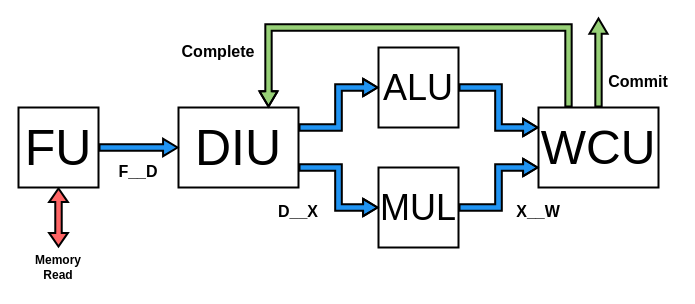
This is page "v1" (2 of 2) of docs/impls/img/versions.drawio from Emily-Y-Lan/blimp_c2s2, a draw.io file, before an edit. Source tidied: cells renumbered, new cells numbered last; positions are measured from the earlier drawing's top-left corner, leaving out a move shared by most shapes. Both pictures are drawn from the tidied source at 100%, with x=0, y=0 at pixel (18, 17).
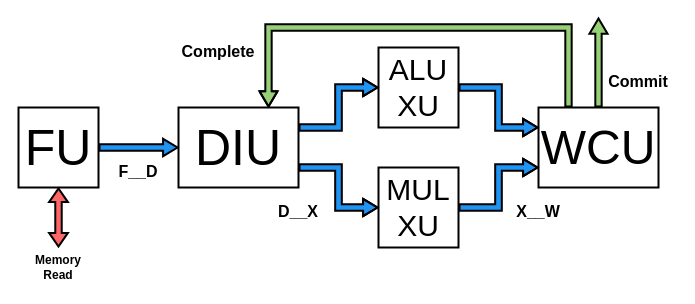
The same page after the edit.

Commit message (it also covers changes not shown here):
Clarify diagram

The edit, as a diff of the source:
```diff
@@
-    <mxCell id="4" value="&lt;font style=&quot;font-size: 36px;&quot; face=&quot;Source Code Pro&quot;&gt;ALU&lt;/font&gt;" style="rounded=0;whiteSpace=wrap;html=1;strokeWidth=2;fontSize=10;" parent="1" vertex="1">
+    <mxCell id="4" value="&lt;font style=&quot;font-size: 30px;&quot; face=&quot;Source Code Pro&quot;&gt;ALU&lt;/font&gt;&lt;div&gt;&lt;font style=&quot;font-size: 30px;&quot; face=&quot;Source Code Pro&quot;&gt;XU&lt;/font&gt;&lt;/div&gt;" style="rounded=0;whiteSpace=wrap;html=1;strokeWidth=2;fontSize=10;" parent="1" vertex="1">
       <mxGeometry x="360" y="30" width="80" height="80" as="geometry" />
     </mxCell>
-    <mxCell id="5" value="&lt;span style=&quot;font-family: &amp;quot;Source Code Pro&amp;quot;;&quot;&gt;&lt;font style=&quot;font-size: 36px;&quot;&gt;MUL&lt;/font&gt;&lt;/span&gt;" style="rounded=0;whiteSpace=wrap;html=1;strokeWidth=2;" parent="1" vertex="1">
+    <mxCell id="5" value="&lt;span style=&quot;font-family: &amp;quot;Source Code Pro&amp;quot;;&quot;&gt;&lt;font style=&quot;font-size: 30px;&quot;&gt;MUL&lt;/font&gt;&lt;/span&gt;&lt;div&gt;&lt;span style=&quot;font-family: &amp;quot;Source Code Pro&amp;quot;;&quot;&gt;&lt;font style=&quot;font-size: 30px;&quot;&gt;XU&lt;/font&gt;&lt;/span&gt;&lt;/div&gt;" style="rounded=0;whiteSpace=wrap;html=1;strokeWidth=2;" parent="1" vertex="1">
       <mxGeometry x="360" y="150" width="80" height="80" as="geometry" />
     </mxCell>
```
